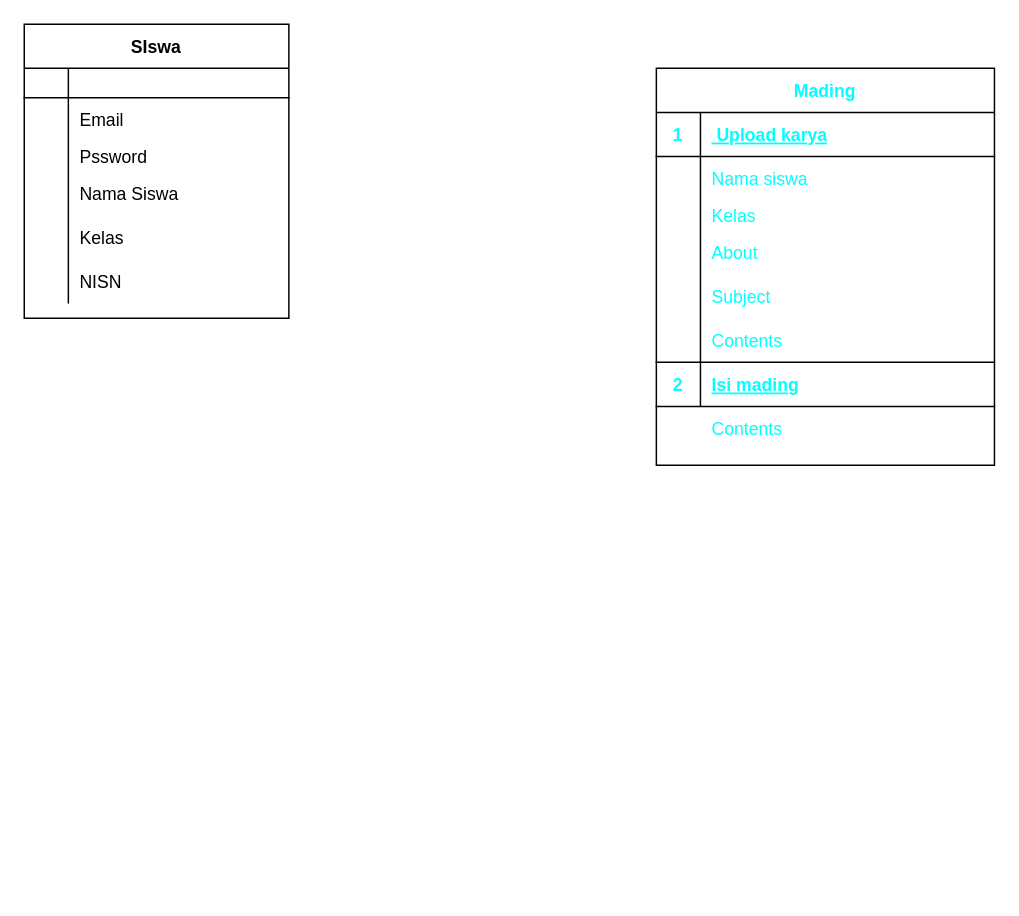
This is Untitled Diagram.drawio from alzenacheiryl/project-website-osis, a draw.io file, before an edit. Source tidied: cells renumbered, new cells numbered last; positions are measured from the earlier drawing's top-left corner, leaving out a move shared by most shapes. Both pictures are drawn from the tidied source at 147%, with x=0, y=0 at pixel (24, 24).
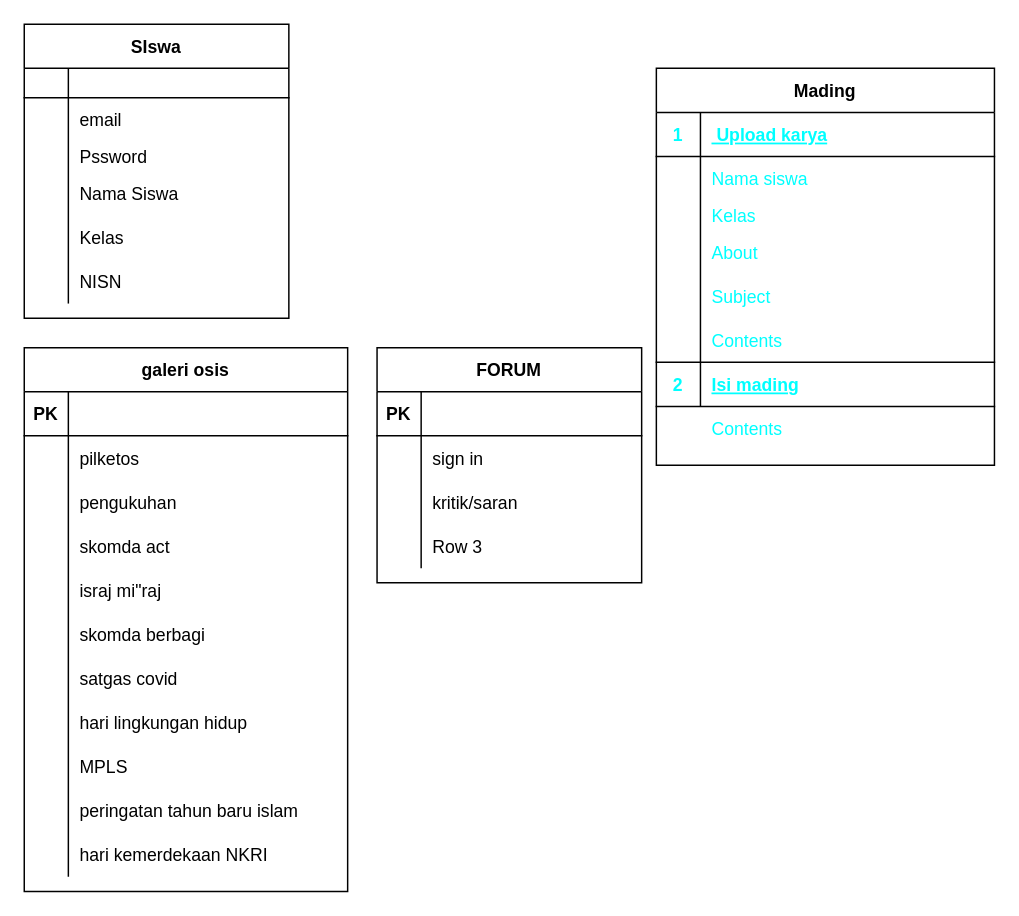
Above is the later version.

Commit message:
edit table siswa dan galeri

Unchanged cells that the change refers to:
```xml
<mxCell id="6" style="shape=partialRectangle;fillColor=none;top=0;left=0;bottom=0;right=0;" parent="2" vertex="1">
  <mxGeometry y="50" width="180" height="30" as="geometry" />
</mxCell>
```

The edit, as a diff of the source:
```diff
@@
-    <mxCell id="8" value="Email" style="shape=partialRectangle;fillColor=none;top=0;left=0;bottom=0;right=0;align=left;spacingLeft=6;overflow=hidden;" parent="6" vertex="1">
+    <mxCell id="8" value="email" style="shape=partialRectangle;fillColor=none;top=0;left=0;bottom=0;right=0;align=left;spacingLeft=6;overflow=hidden;" parent="6" vertex="1">
       <mxGeometry x="30" width="150" height="30" as="geometry" />
     </mxCell>
@@
-    <mxCell id="21" value="Mading" style="shape=table;startSize=30;childLayout=tableLayout;rowLines=0;fontStyle=1;align=center;fontColor=#00FFFF;" parent="1" vertex="1">
+    <mxCell id="21" value="Mading" style="shape=table;startSize=30;childLayout=tableLayout;rowLines=0;fontStyle=1;align=center;" parent="1" vertex="1">
       <mxGeometry x="430" y="30" width="230" height="270" as="geometry" />
     </mxCell>
@@
+    <mxCell id="52" value="galeri osis" style="shape=table;startSize=30;childLayout=tableLayout;rowLines=0;fontStyle=1;align=center;fontColor=#000000;" parent="1" vertex="1">
+      <mxGeometry y="220" width="220" height="370" as="geometry" />
+    </mxCell>
+    <mxCell id="53" style="shape=partialRectangle;fillColor=none;top=0;left=0;bottom=1;right=0;" parent="52" vertex="1">
+      <mxGeometry y="30" width="220" height="30" as="geometry" />
+    </mxCell>
+    <mxCell id="54" value="PK" style="shape=partialRectangle;fillColor=none;top=0;left=0;bottom=0;right=0;fontStyle=1;overflow=hidden;" parent="53" vertex="1">
+      <mxGeometry width="30" height="30" as="geometry" />
+    </mxCell>
+    <mxCell id="55" style="shape=partialRectangle;fillColor=none;top=0;left=0;bottom=0;right=0;align=left;spacingLeft=6;fontStyle=5;overflow=hidden;" parent="53" vertex="1">
+      <mxGeometry x="30" width="190" height="30" as="geometry" />
+    </mxCell>
+    <mxCell id="56" style="shape=partialRectangle;fillColor=none;top=0;left=0;bottom=0;right=0;" parent="52" vertex="1">
+      <mxGeometry y="60" width="220" height="30" as="geometry" />
+    </mxCell>
+    <mxCell id="57" style="shape=partialRectangle;fillColor=none;top=0;left=0;bottom=0;right=0;overflow=hidden;" parent="56" vertex="1">
+      <mxGeometry width="30" height="30" as="geometry" />
+    </mxCell>
+    <mxCell id="58" value="pilketos" style="shape=partialRectangle;fillColor=none;top=0;left=0;bottom=0;right=0;align=left;spacingLeft=6;overflow=hidden;" parent="56" vertex="1">
+      <mxGeometry x="30" width="190" height="30" as="geometry" />
+    </mxCell>
+    <mxCell id="59" style="shape=partialRectangle;fillColor=none;top=0;left=0;bottom=0;right=0;" parent="52" vertex="1">
+      <mxGeometry y="90" width="220" height="30" as="geometry" />
+    </mxCell>
+    <mxCell id="60" style="shape=partialRectangle;fillColor=none;top=0;left=0;bottom=0;right=0;overflow=hidden;" parent="59" vertex="1">
+      <mxGeometry width="30" height="30" as="geometry" />
+    </mxCell>
+    <mxCell id="61" value="pengukuhan" style="shape=partialRectangle;fillColor=none;top=0;left=0;bottom=0;right=0;align=left;spacingLeft=6;overflow=hidden;" parent="59" vertex="1">
+      <mxGeometry x="30" width="190" height="30" as="geometry" />
+    </mxCell>
+    <mxCell id="62" style="shape=partialRectangle;fillColor=none;top=0;left=0;bottom=0;right=0;" parent="52" vertex="1">
+      <mxGeometry y="120" width="220" height="30" as="geometry" />
+    </mxCell>
+    <mxCell id="63" style="shape=partialRectangle;fillColor=none;top=0;left=0;bottom=0;right=0;overflow=hidden;" parent="62" vertex="1">
+      <mxGeometry width="30" height="30" as="geometry" />
+    </mxCell>
+    <mxCell id="64" value="skomda act" style="shape=partialRectangle;fillColor=none;top=0;left=0;bottom=0;right=0;align=left;spacingLeft=6;overflow=hidden;" parent="62" vertex="1">
+      <mxGeometry x="30" width="190" height="30" as="geometry" />
+    </mxCell>
+    <mxCell id="65" style="shape=partialRectangle;fillColor=none;top=0;left=0;bottom=0;right=0;" parent="52" vertex="1">
+      <mxGeometry y="150" width="220" height="30" as="geometry" />
+    </mxCell>
+    <mxCell id="66" style="shape=partialRectangle;fillColor=none;top=0;left=0;bottom=0;right=0;overflow=hidden;" parent="65" vertex="1">
+      <mxGeometry width="30" height="30" as="geometry" />
+    </mxCell>
+    <mxCell id="67" value="israj mi&quot;raj" style="shape=partialRectangle;fillColor=none;top=0;left=0;bottom=0;right=0;align=left;spacingLeft=6;overflow=hidden;" parent="65" vertex="1">
+      <mxGeometry x="30" width="190" height="30" as="geometry" />
+    </mxCell>
+    <mxCell id="68" style="shape=partialRectangle;fillColor=none;top=0;left=0;bottom=0;right=0;" parent="52" vertex="1">
+      <mxGeometry y="180" width="220" height="30" as="geometry" />
+    </mxCell>
+    <mxCell id="69" style="shape=partialRectangle;fillColor=none;top=0;left=0;bottom=0;right=0;overflow=hidden;" parent="68" vertex="1">
+      <mxGeometry width="30" height="30" as="geometry" />
+    </mxCell>
+    <mxCell id="70" value="skomda berbagi" style="shape=partialRectangle;fillColor=none;top=0;left=0;bottom=0;right=0;align=left;spacingLeft=6;overflow=hidden;" parent="68" vertex="1">
+      <mxGeometry x="30" width="190" height="30" as="geometry" />
+    </mxCell>
+    <mxCell id="71" style="shape=partialRectangle;fillColor=none;top=0;left=0;bottom=0;right=0;" parent="52" vertex="1">
+      <mxGeometry y="210" width="220" height="30" as="geometry" />
+    </mxCell>
+    <mxCell id="72" style="shape=partialRectangle;fillColor=none;top=0;left=0;bottom=0;right=0;overflow=hidden;" parent="71" vertex="1">
+      <mxGeometry width="30" height="30" as="geometry" />
+    </mxCell>
+    <mxCell id="73" value="satgas covid " style="shape=partialRectangle;fillColor=none;top=0;left=0;bottom=0;right=0;align=left;spacingLeft=6;overflow=hidden;" parent="71" vertex="1">
+      <mxGeometry x="30" width="190" height="30" as="geometry" />
+    </mxCell>
+    <mxCell id="74" style="shape=partialRectangle;fillColor=none;top=0;left=0;bottom=0;right=0;" parent="52" vertex="1">
+      <mxGeometry y="240" width="220" height="30" as="geometry" />
+    </mxCell>
+    <mxCell id="75" style="shape=partialRectangle;fillColor=none;top=0;left=0;bottom=0;right=0;overflow=hidden;" parent="74" vertex="1">
+      <mxGeometry width="30" height="30" as="geometry" />
+    </mxCell>
+    <mxCell id="76" value="hari lingkungan hidup" style="shape=partialRectangle;fillColor=none;top=0;left=0;bottom=0;right=0;align=left;spacingLeft=6;overflow=hidden;" parent="74" vertex="1">
+      <mxGeometry x="30" width="190" height="30" as="geometry" />
+    </mxCell>
+    <mxCell id="77" style="shape=partialRectangle;fillColor=none;top=0;left=0;bottom=0;right=0;" parent="52" vertex="1">
+      <mxGeometry y="270" width="220" height="30" as="geometry" />
+    </mxCell>
+    <mxCell id="78" style="shape=partialRectangle;fillColor=none;top=0;left=0;bottom=0;right=0;overflow=hidden;" parent="77" vertex="1">
+      <mxGeometry width="30" height="30" as="geometry" />
+    </mxCell>
+    <mxCell id="79" value="MPLS" style="shape=partialRectangle;fillColor=none;top=0;left=0;bottom=0;right=0;align=left;spacingLeft=6;overflow=hidden;" parent="77" vertex="1">
+      <mxGeometry x="30" width="190" height="30" as="geometry" />
+    </mxCell>
+    <mxCell id="80" style="shape=partialRectangle;fillColor=none;top=0;left=0;bottom=0;right=0;" parent="52" vertex="1">
+      <mxGeometry y="300" width="220" height="30" as="geometry" />
+    </mxCell>
+    <mxCell id="81" style="shape=partialRectangle;fillColor=none;top=0;left=0;bottom=0;right=0;overflow=hidden;" parent="80" vertex="1">
+      <mxGeometry width="30" height="30" as="geometry" />
+    </mxCell>
+    <mxCell id="82" value="peringatan tahun baru islam" style="shape=partialRectangle;fillColor=none;top=0;left=0;bottom=0;right=0;align=left;spacingLeft=6;overflow=hidden;" parent="80" vertex="1">
+      <mxGeometry x="30" width="190" height="30" as="geometry" />
+    </mxCell>
+    <mxCell id="83" style="shape=partialRectangle;fillColor=none;top=0;left=0;bottom=0;right=0;" parent="52" vertex="1">
+      <mxGeometry y="330" width="220" height="30" as="geometry" />
+    </mxCell>
+    <mxCell id="84" style="shape=partialRectangle;fillColor=none;top=0;left=0;bottom=0;right=0;overflow=hidden;" parent="83" vertex="1">
+      <mxGeometry width="30" height="30" as="geometry" />
+    </mxCell>
+    <mxCell id="85" value="hari kemerdekaan NKRI" style="shape=partialRectangle;fillColor=none;top=0;left=0;bottom=0;right=0;align=left;spacingLeft=6;overflow=hidden;" parent="83" vertex="1">
+      <mxGeometry x="30" width="190" height="30" as="geometry" />
+    </mxCell>
@@
+    <mxCell id="86" value="FORUM" style="shape=table;startSize=30;childLayout=tableLayout;rowLines=0;fontStyle=1;align=center;fontColor=#000000;" parent="1" vertex="1">
+      <mxGeometry x="240" y="220" width="180" height="160" as="geometry" />
+    </mxCell>
+    <mxCell id="87" style="shape=partialRectangle;fillColor=none;top=0;left=0;bottom=1;right=0;" parent="86" vertex="1">
+      <mxGeometry y="30" width="180" height="30" as="geometry" />
+    </mxCell>
+    <mxCell id="88" value="PK" style="shape=partialRectangle;fillColor=none;top=0;left=0;bottom=0;right=0;fontStyle=1;overflow=hidden;" parent="87" vertex="1">
+      <mxGeometry width="30" height="30" as="geometry" />
+    </mxCell>
+    <mxCell id="89" style="shape=partialRectangle;fillColor=none;top=0;left=0;bottom=0;right=0;align=left;spacingLeft=6;fontStyle=5;overflow=hidden;" parent="87" vertex="1">
+      <mxGeometry x="30" width="150" height="30" as="geometry" />
+    </mxCell>
+    <mxCell id="90" style="shape=partialRectangle;fillColor=none;top=0;left=0;bottom=0;right=0;" parent="86" vertex="1">
+      <mxGeometry y="60" width="180" height="30" as="geometry" />
+    </mxCell>
+    <mxCell id="91" style="shape=partialRectangle;fillColor=none;top=0;left=0;bottom=0;right=0;overflow=hidden;" parent="90" vertex="1">
+      <mxGeometry width="30" height="30" as="geometry" />
+    </mxCell>
+    <mxCell id="92" value="sign in" style="shape=partialRectangle;fillColor=none;top=0;left=0;bottom=0;right=0;align=left;spacingLeft=6;overflow=hidden;" parent="90" vertex="1">
+      <mxGeometry x="30" width="150" height="30" as="geometry" />
+    </mxCell>
+    <mxCell id="93" style="shape=partialRectangle;fillColor=none;top=0;left=0;bottom=0;right=0;" parent="86" vertex="1">
+      <mxGeometry y="90" width="180" height="30" as="geometry" />
+    </mxCell>
+    <mxCell id="94" style="shape=partialRectangle;fillColor=none;top=0;left=0;bottom=0;right=0;overflow=hidden;" parent="93" vertex="1">
+      <mxGeometry width="30" height="30" as="geometry" />
+    </mxCell>
+    <mxCell id="95" value="kritik/saran" style="shape=partialRectangle;fillColor=none;top=0;left=0;bottom=0;right=0;align=left;spacingLeft=6;overflow=hidden;" parent="93" vertex="1">
+      <mxGeometry x="30" width="150" height="30" as="geometry" />
+    </mxCell>
+    <mxCell id="96" style="shape=partialRectangle;fillColor=none;top=0;left=0;bottom=0;right=0;" parent="86" vertex="1">
+      <mxGeometry y="120" width="180" height="30" as="geometry" />
+    </mxCell>
+    <mxCell id="97" style="shape=partialRectangle;fillColor=none;top=0;left=0;bottom=0;right=0;overflow=hidden;" parent="96" vertex="1">
+      <mxGeometry width="30" height="30" as="geometry" />
+    </mxCell>
+    <mxCell id="98" value="Row 3" style="shape=partialRectangle;fillColor=none;top=0;left=0;bottom=0;right=0;align=left;spacingLeft=6;overflow=hidden;" parent="96" vertex="1">
+      <mxGeometry x="30" width="150" height="30" as="geometry" />
+    </mxCell>
```
